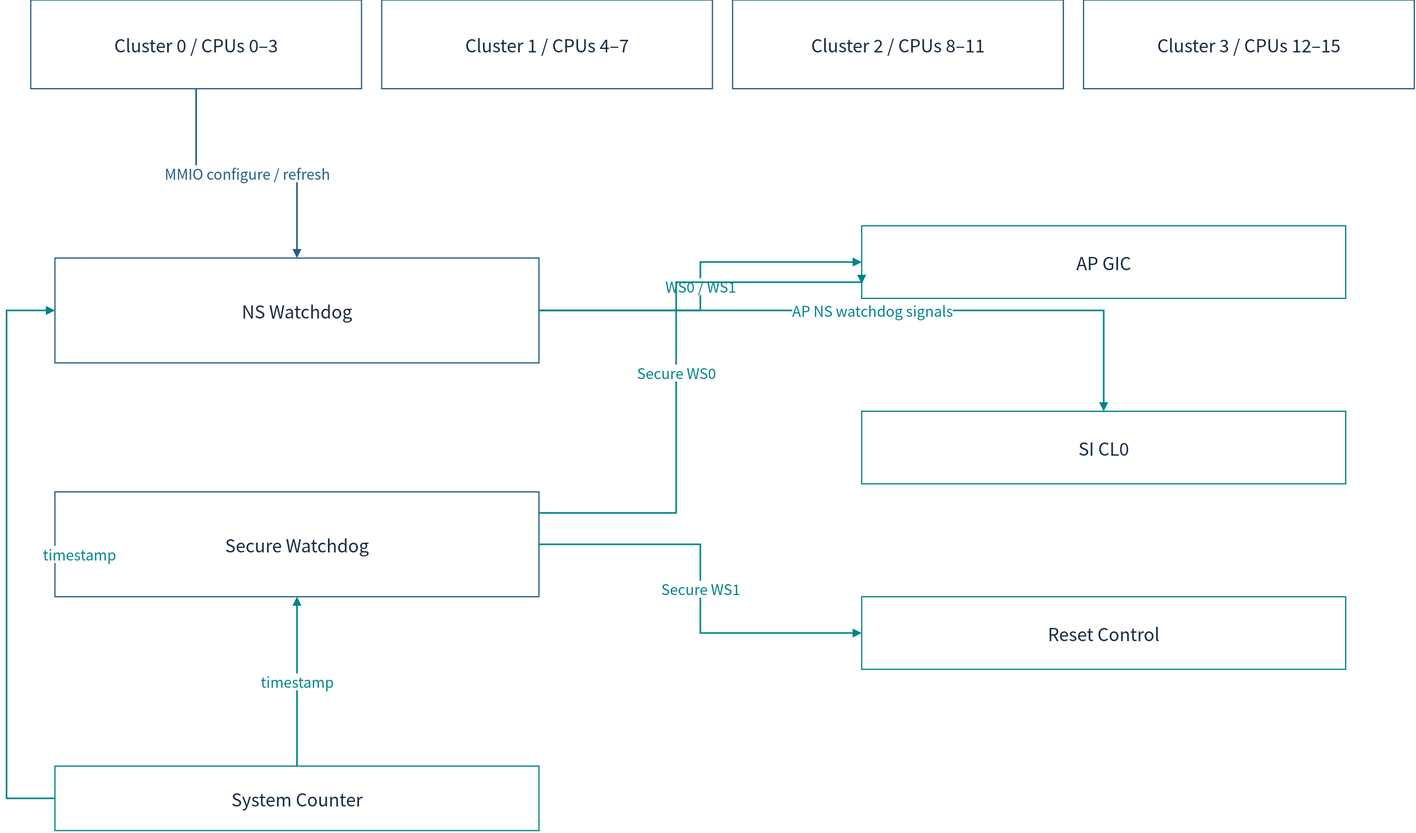
Earlier version of the draw.io export doc/phase1/watchdog/diagrams/01a-ap-hardware.drawio.svg (cometzero/project-apollo). Source tidied: cells renumbered, new cells last; positions are measured from the earlier drawing's top-left corner, leaving out a move shared by most shapes.
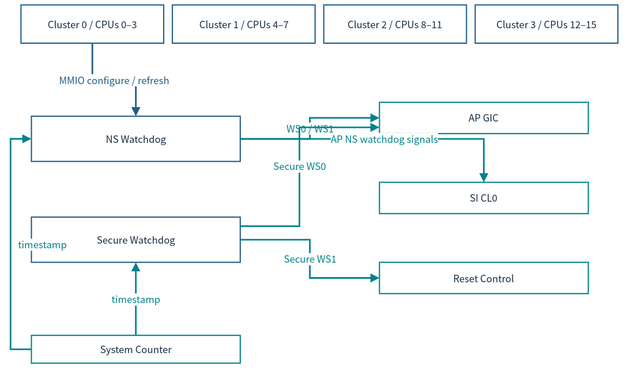
Later version of the same file.

Diff of the diagram source:
```diff
@@ -2,66 +2,66 @@
   <root>
     <mxCell id="0" />
     <mxCell id="1" parent="0" />
-    <mxCell id="2" value="Cluster 0 / CPUs 0–3" style="rounded=0;whiteSpace=wrap;html=1;fillColor=#FFFFFF;strokeColor=#235D86;strokeWidth=1.5;fontColor=#172C43;fontFamily=Noto Sans CJK KR;fontSize=22;spacing=10;" parent="1" vertex="1">
-      <mxGeometry x="30" width="410" height="110" as="geometry" />
+    <mxCell id="2" value="Cluster 0 / CPUs 0–3" style="rounded=0;whiteSpace=wrap;html=1;fillColor=#FFFFFF;strokeColor=#235D86;strokeWidth=1.5;fontColor=#172C43;fontFamily=Noto Sans CJK KR;fontSize=12;spacing=3;whiteSpace=wrap;" parent="1" vertex="1">
+      <mxGeometry x="-28" y="-148" width="176.9" height="47.5" as="geometry" />
     </mxCell>
-    <mxCell id="3" value="Cluster 1 / CPUs 4–7" style="rounded=0;whiteSpace=wrap;html=1;fillColor=#FFFFFF;strokeColor=#235D86;strokeWidth=1.5;fontColor=#172C43;fontFamily=Noto Sans CJK KR;fontSize=22;spacing=10;" parent="1" vertex="1">
-      <mxGeometry x="465" width="410" height="110" as="geometry" />
+    <mxCell id="3" value="Cluster 1 / CPUs 4–7" style="rounded=0;whiteSpace=wrap;html=1;fillColor=#FFFFFF;strokeColor=#235D86;strokeWidth=1.5;fontColor=#172C43;fontFamily=Noto Sans CJK KR;fontSize=12;spacing=3;whiteSpace=wrap;" parent="1" vertex="1">
+      <mxGeometry x="159.7" y="-148" width="176.9" height="47.5" as="geometry" />
     </mxCell>
-    <mxCell id="4" value="Cluster 2 / CPUs 8–11" style="rounded=0;whiteSpace=wrap;html=1;fillColor=#FFFFFF;strokeColor=#235D86;strokeWidth=1.5;fontColor=#172C43;fontFamily=Noto Sans CJK KR;fontSize=22;spacing=10;" parent="1" vertex="1">
-      <mxGeometry x="900" width="410" height="110" as="geometry" />
+    <mxCell id="4" value="Cluster 2 / CPUs 8–11" style="rounded=0;whiteSpace=wrap;html=1;fillColor=#FFFFFF;strokeColor=#235D86;strokeWidth=1.5;fontColor=#172C43;fontFamily=Noto Sans CJK KR;fontSize=12;spacing=3;whiteSpace=wrap;" parent="1" vertex="1">
+      <mxGeometry x="347.4" y="-148" width="176.9" height="47.5" as="geometry" />
     </mxCell>
-    <mxCell id="5" value="Cluster 3 / CPUs 12–15" style="rounded=0;whiteSpace=wrap;html=1;fillColor=#FFFFFF;strokeColor=#235D86;strokeWidth=1.5;fontColor=#172C43;fontFamily=Noto Sans CJK KR;fontSize=22;spacing=10;" parent="1" vertex="1">
-      <mxGeometry x="1335" width="410" height="110" as="geometry" />
+    <mxCell id="5" value="Cluster 3 / CPUs 12–15" style="rounded=0;whiteSpace=wrap;html=1;fillColor=#FFFFFF;strokeColor=#235D86;strokeWidth=1.5;fontColor=#172C43;fontFamily=Noto Sans CJK KR;fontSize=12;spacing=3;whiteSpace=wrap;" parent="1" vertex="1">
+      <mxGeometry x="535.1" y="-148" width="176.9" height="47.5" as="geometry" />
     </mxCell>
-    <mxCell id="6" value="NS Watchdog" style="rounded=0;whiteSpace=wrap;html=1;fillColor=#FFFFFF;strokeColor=#235D86;strokeWidth=1.5;fontColor=#172C43;fontFamily=Noto Sans CJK KR;fontSize=22;spacing=10;" parent="1" vertex="1">
-      <mxGeometry x="60" y="320" width="600" height="130" as="geometry" />
+    <mxCell id="6" value="NS Watchdog" style="rounded=0;whiteSpace=wrap;html=1;fillColor=#FFFFFF;strokeColor=#235D86;strokeWidth=1.5;fontColor=#172C43;fontFamily=Noto Sans CJK KR;fontSize=12;spacing=3;whiteSpace=wrap;" parent="1" vertex="1">
+      <mxGeometry x="-15.1" y="-9.9" width="258.9" height="56.1" as="geometry" />
     </mxCell>
-    <mxCell id="7" value="Secure Watchdog" style="rounded=0;whiteSpace=wrap;html=1;fillColor=#FFFFFF;strokeColor=#235D86;strokeWidth=1.5;fontColor=#172C43;fontFamily=Noto Sans CJK KR;fontSize=22;spacing=10;" parent="1" vertex="1">
-      <mxGeometry x="60" y="610" width="600" height="130" as="geometry" />
+    <mxCell id="7" value="Secure Watchdog" style="rounded=0;whiteSpace=wrap;html=1;fillColor=#FFFFFF;strokeColor=#235D86;strokeWidth=1.5;fontColor=#172C43;fontFamily=Noto Sans CJK KR;fontSize=12;spacing=3;whiteSpace=wrap;" parent="1" vertex="1">
+      <mxGeometry x="-15.1" y="115.2" width="258.9" height="56.1" as="geometry" />
     </mxCell>
-    <mxCell id="8" value="AP GIC" style="rounded=0;whiteSpace=wrap;html=1;fillColor=#FFFFFF;strokeColor=#00838A;strokeWidth=1.5;fontColor=#172C43;fontFamily=Noto Sans CJK KR;fontSize=22;spacing=10;" parent="1" vertex="1">
-      <mxGeometry x="1060" y="280" width="600" height="90" as="geometry" />
+    <mxCell id="8" value="AP GIC" style="rounded=0;whiteSpace=wrap;html=1;fillColor=#FFFFFF;strokeColor=#00838A;strokeWidth=1.5;fontColor=#172C43;fontFamily=Noto Sans CJK KR;fontSize=12;spacing=3;whiteSpace=wrap;" parent="1" vertex="1">
+      <mxGeometry x="416.4" y="-27.2" width="258.9" height="38.8" as="geometry" />
     </mxCell>
-    <mxCell id="9" value="SI CL0" style="rounded=0;whiteSpace=wrap;html=1;fillColor=#FFFFFF;strokeColor=#00838A;strokeWidth=1.5;fontColor=#172C43;fontFamily=Noto Sans CJK KR;fontSize=22;spacing=10;" parent="1" vertex="1">
-      <mxGeometry x="1060" y="510" width="600" height="90" as="geometry" />
+    <mxCell id="9" value="SI CL0" style="rounded=0;whiteSpace=wrap;html=1;fillColor=#FFFFFF;strokeColor=#00838A;strokeWidth=1.5;fontColor=#172C43;fontFamily=Noto Sans CJK KR;fontSize=12;spacing=3;whiteSpace=wrap;" parent="1" vertex="1">
+      <mxGeometry x="416.4" y="72.1" width="258.9" height="38.8" as="geometry" />
     </mxCell>
-    <mxCell id="10" value="Reset Control" style="rounded=0;whiteSpace=wrap;html=1;fillColor=#FFFFFF;strokeColor=#00838A;strokeWidth=1.5;fontColor=#172C43;fontFamily=Noto Sans CJK KR;fontSize=22;spacing=10;" parent="1" vertex="1">
-      <mxGeometry x="1060" y="740" width="600" height="90" as="geometry" />
+    <mxCell id="10" value="Reset Control" style="rounded=0;whiteSpace=wrap;html=1;fillColor=#FFFFFF;strokeColor=#00838A;strokeWidth=1.5;fontColor=#172C43;fontFamily=Noto Sans CJK KR;fontSize=12;spacing=3;whiteSpace=wrap;" parent="1" vertex="1">
+      <mxGeometry x="416.4" y="171.3" width="258.9" height="38.8" as="geometry" />
     </mxCell>
-    <mxCell id="11" value="System Counter" style="rounded=0;whiteSpace=wrap;html=1;fillColor=#FFFFFF;strokeColor=#00838A;strokeWidth=1.5;fontColor=#172C43;fontFamily=Noto Sans CJK KR;fontSize=22;spacing=10;" parent="1" vertex="1">
-      <mxGeometry x="60" y="950" width="600" height="80" as="geometry" />
+    <mxCell id="11" value="System Counter" style="rounded=0;whiteSpace=wrap;html=1;fillColor=#FFFFFF;strokeColor=#00838A;strokeWidth=1.5;fontColor=#172C43;fontFamily=Noto Sans CJK KR;fontSize=12;spacing=3;whiteSpace=wrap;" parent="1" vertex="1">
+      <mxGeometry x="-15.1" y="261.9" width="258.9" height="34.5" as="geometry" />
     </mxCell>
-    <mxCell id="12" value="MMIO configure / refresh" style="edgeStyle=orthogonalEdgeStyle;rounded=0;html=1;endArrow=block;endFill=1;strokeWidth=2;strokeColor=#235D86;fontColor=#235D86;fontFamily=Noto Sans CJK KR;fontSize=18;labelBackgroundColor=#FFFFFF;" parent="1" edge="1" source="2" target="6">
+    <mxCell id="12" value="MMIO configure / refresh" style="edgeStyle=orthogonalEdgeStyle;rounded=0;html=1;endArrow=block;endFill=1;strokeWidth=2;strokeColor=#235D86;fontColor=#235D86;fontFamily=Noto Sans CJK KR;labelBackgroundColor=#FFFFFF;fontSize=12;spacing=3;whiteSpace=nowrap;" parent="1" edge="1" source="2" target="6">
       <mxGeometry relative="1" as="geometry" />
     </mxCell>
-    <mxCell id="13" value="WS0 / WS1" style="edgeStyle=orthogonalEdgeStyle;rounded=0;html=1;endArrow=block;endFill=1;strokeWidth=2;strokeColor=#00838A;fontColor=#00838A;fontFamily=Noto Sans CJK KR;fontSize=18;labelBackgroundColor=#FFFFFF;" parent="1" edge="1" source="6" target="8">
+    <mxCell id="13" value="WS0 / WS1" style="edgeStyle=orthogonalEdgeStyle;rounded=0;html=1;endArrow=block;endFill=1;strokeWidth=2;strokeColor=#00838A;fontColor=#00838A;fontFamily=Noto Sans CJK KR;labelBackgroundColor=#FFFFFF;fontSize=12;spacing=3;whiteSpace=nowrap;" parent="1" edge="1" source="6" target="8">
       <mxGeometry relative="1" as="geometry" />
     </mxCell>
-    <mxCell id="14" value="AP NS watchdog signals" style="edgeStyle=orthogonalEdgeStyle;rounded=0;html=1;endArrow=block;endFill=1;strokeWidth=2;strokeColor=#00838A;fontColor=#00838A;fontFamily=Noto Sans CJK KR;fontSize=18;labelBackgroundColor=#FFFFFF;" parent="1" edge="1" source="6" target="9">
+    <mxCell id="14" value="AP NS watchdog signals" style="edgeStyle=orthogonalEdgeStyle;rounded=0;html=1;endArrow=block;endFill=1;strokeWidth=2;strokeColor=#00838A;fontColor=#00838A;fontFamily=Noto Sans CJK KR;labelBackgroundColor=#FFFFFF;fontSize=12;spacing=3;whiteSpace=nowrap;" parent="1" edge="1" source="6" target="9">
       <mxGeometry relative="1" as="geometry" />
     </mxCell>
-    <mxCell id="15" value="Secure WS0" style="edgeStyle=orthogonalEdgeStyle;rounded=0;html=1;endArrow=block;endFill=1;strokeWidth=2;strokeColor=#00838A;fontColor=#00838A;fontFamily=Noto Sans CJK KR;fontSize=18;labelBackgroundColor=#FFFFFF;exitX=1;exitY=0.2;entryX=0;entryY=0.8;" parent="1" edge="1" source="7" target="8">
+    <mxCell id="15" value="Secure WS0" style="edgeStyle=orthogonalEdgeStyle;rounded=0;html=1;endArrow=block;endFill=1;strokeWidth=2;strokeColor=#00838A;fontColor=#00838A;fontFamily=Noto Sans CJK KR;labelBackgroundColor=#FFFFFF;exitX=1;exitY=0.2;entryX=0;entryY=0.8;fontSize=12;spacing=3;whiteSpace=nowrap;" parent="1" edge="1" source="7" target="8">
       <mxGeometry relative="1" as="geometry">
         <Array as="points">
-          <mxPoint x="830" y="636" />
-          <mxPoint x="830" y="350" />
+          <mxPoint x="317.2" y="126.4" />
+          <mxPoint x="317.2" y="3" />
         </Array>
       </mxGeometry>
     </mxCell>
-    <mxCell id="16" value="Secure WS1" style="edgeStyle=orthogonalEdgeStyle;rounded=0;html=1;endArrow=block;endFill=1;strokeWidth=2;strokeColor=#00838A;fontColor=#00838A;fontFamily=Noto Sans CJK KR;fontSize=18;labelBackgroundColor=#FFFFFF;" parent="1" edge="1" source="7" target="10">
+    <mxCell id="16" value="Secure WS1" style="edgeStyle=orthogonalEdgeStyle;rounded=0;html=1;endArrow=block;endFill=1;strokeWidth=2;strokeColor=#00838A;fontColor=#00838A;fontFamily=Noto Sans CJK KR;labelBackgroundColor=#FFFFFF;fontSize=12;spacing=3;whiteSpace=nowrap;" parent="1" edge="1" source="7" target="10">
       <mxGeometry relative="1" as="geometry" />
     </mxCell>
-    <mxCell id="17" value="timestamp" style="edgeStyle=orthogonalEdgeStyle;rounded=0;html=1;endArrow=block;endFill=1;strokeWidth=2;strokeColor=#00838A;fontColor=#00838A;fontFamily=Noto Sans CJK KR;fontSize=18;labelBackgroundColor=#FFFFFF;exitX=0.5;exitY=0;entryX=0.5;entryY=1;" parent="1" edge="1" source="11" target="7">
+    <mxCell id="17" value="timestamp" style="edgeStyle=orthogonalEdgeStyle;rounded=0;html=1;endArrow=block;endFill=1;strokeWidth=2;strokeColor=#00838A;fontColor=#00838A;fontFamily=Noto Sans CJK KR;labelBackgroundColor=#FFFFFF;exitX=0.5;exitY=0;entryX=0.5;entryY=1;fontSize=12;spacing=3;whiteSpace=nowrap;" parent="1" edge="1" source="11" target="7">
       <mxGeometry relative="1" as="geometry" />
     </mxCell>
-    <mxCell id="18" value="timestamp" style="edgeStyle=orthogonalEdgeStyle;rounded=0;html=1;endArrow=block;endFill=1;strokeWidth=2;strokeColor=#00838A;fontColor=#00838A;fontFamily=Noto Sans CJK KR;fontSize=18;labelBackgroundColor=#FFFFFF;exitX=0;exitY=0.5;entryX=0;entryY=0.5;" parent="1" edge="1" source="11" target="6">
+    <mxCell id="18" value="timestamp" style="edgeStyle=orthogonalEdgeStyle;rounded=0;html=1;endArrow=block;endFill=1;strokeWidth=2;strokeColor=#00838A;fontColor=#00838A;fontFamily=Noto Sans CJK KR;labelBackgroundColor=#FFFFFF;exitX=0;exitY=0.5;entryX=0;entryY=0.5;fontSize=12;spacing=3;whiteSpace=nowrap;" parent="1" edge="1" source="11" target="6">
       <mxGeometry relative="1" as="geometry">
         <Array as="points">
-          <mxPoint y="990" />
-          <mxPoint y="385" />
+          <mxPoint x="-40.9" y="279.2" />
+          <mxPoint x="-40.9" y="18.1" />
         </Array>
-        <mxPoint x="90" as="offset" />
+        <mxPoint x="38.8" as="offset" />
       </mxGeometry>
     </mxCell>
   </root>
```
